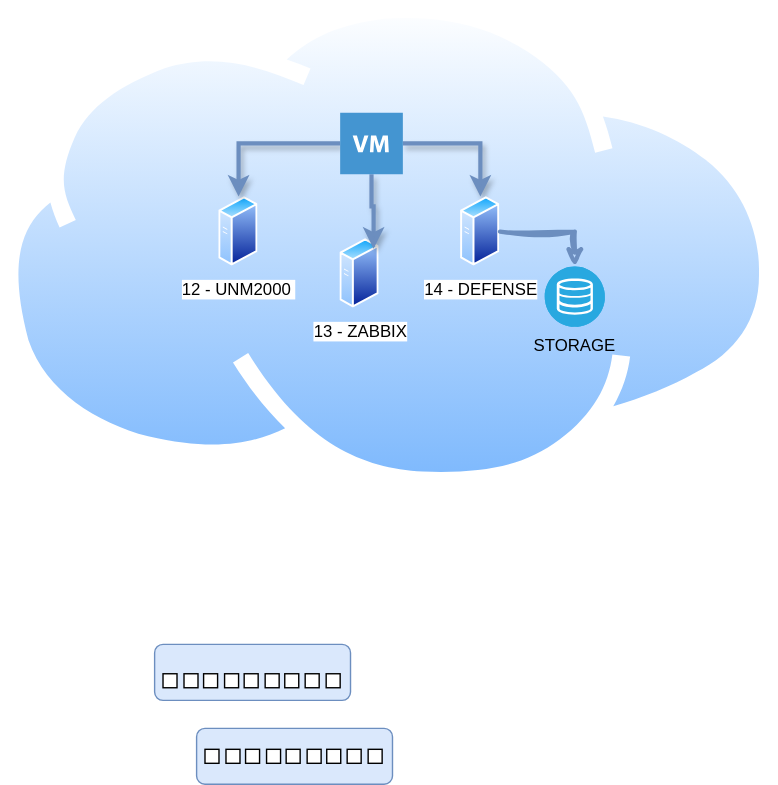
Above: swiss.drawio.svg in binhossa-pixel/Swiss (draw.io), before the change. Source tidied: cells renumbered, new cells last; positions are measured from the earlier drawing's top-left corner, leaving out a move shared by most shapes.
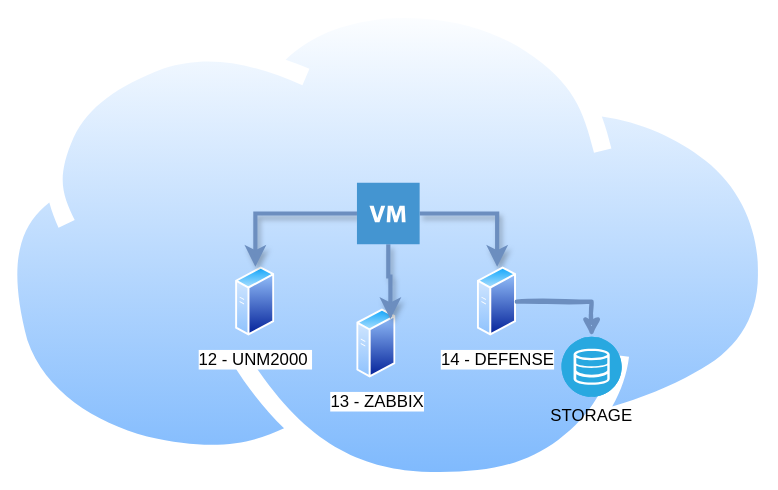
The same diagram one commit later.

The edit, as a diff of the source:
```diff
@@ -2,27 +2,27 @@
   <root>
     <mxCell id="0" />
     <mxCell id="1" parent="0" />
-    <mxCell id="2" style="image;perimeter=ellipsePerimeter;html=1;align=center;shadow=0;dashed=0;spacingTop=3;image=img/lib/active_directory/internet_cloud.svg;opacity=50;" parent="1" vertex="1">
-      <mxGeometry width="555.6" height="350" as="geometry" />
-    </mxCell>
+    <mxCell id="32" style="image;perimeter=ellipsePerimeter;html=1;align=center;shadow=0;dashed=0;spacingTop=3;image=img/lib/active_directory/internet_cloud.svg;opacity=50;" parent="1" vertex="1">
+      <mxGeometry x="-12.8" y="-50" width="555.6" height="350" as="geometry" />
+    </mxCell>
     <mxCell id="3" value="12 - UNM2000&amp;nbsp;" style="image;perimeter=ellipsePerimeter;html=1;align=center;shadow=0;dashed=0;spacingTop=3;image=img/lib/active_directory/generic_server.svg;rotation=0;" parent="1" vertex="1">
       <mxGeometry x="156" y="140" width="28" height="50" as="geometry" />
     </mxCell>
     <mxCell id="4" value="13 - ZABBIX" style="image;perimeter=ellipsePerimeter;html=1;align=center;shadow=0;dashed=0;spacingTop=3;image=img/lib/active_directory/generic_server.svg;" parent="1" vertex="1">
       <mxGeometry x="242.6" y="170" width="28" height="50" as="geometry" />
     </mxCell>
-    <mxCell id="5" style="edgeStyle=orthogonalEdgeStyle;rounded=0;jettySize=auto;html=1;shadow=1;fillColor=#dae8fc;strokeWidth=3;strokeColor=#6c8ebf;flowAnimation=0;" parent="1" edge="1" source="8" target="3">
-      <mxGeometry relative="1" as="geometry" />
-    </mxCell>
-    <mxCell id="6" style="edgeStyle=orthogonalEdgeStyle;rounded=0;jettySize=auto;html=1;entryX=0.5;entryY=0;entryDx=0;entryDy=0;strokeWidth=3;strokeColor=#6c8ebf;flowAnimation=0;fillColor=#dae8fc;shadow=1;" parent="1" edge="1" source="8" target="9">
-      <mxGeometry relative="1" as="geometry" />
-    </mxCell>
-    <mxCell id="7" style="edgeStyle=orthogonalEdgeStyle;rounded=0;jettySize=auto;html=1;entryX=1;entryY=0;entryDx=0;entryDy=0;strokeWidth=3;strokeColor=#6c8ebf;flowAnimation=0;fillColor=#dae8fc;shadow=1;" parent="1" edge="1" source="8" target="4">
-      <mxGeometry relative="1" as="geometry" />
-    </mxCell>
-    <mxCell id="8" style="shadow=0;dashed=0;html=1;strokeColor=none;fillColor=#4495D1;labelPosition=center;verticalLabelPosition=bottom;verticalAlign=top;align=center;outlineConnect=0;shape=mxgraph.veeam.2d.virtual_machine;" parent="1" vertex="1">
-      <mxGeometry x="242.6" y="80" width="44.8" height="44" as="geometry" />
-    </mxCell>
+    <mxCell id="33" style="edgeStyle=orthogonalEdgeStyle;rounded=0;jettySize=auto;html=1;shadow=1;fillColor=#dae8fc;strokeWidth=3;strokeColor=#6c8ebf;flowAnimation=0;" parent="1" edge="1" source="36" target="3">
+      <mxGeometry relative="1" as="geometry" />
+    </mxCell>
+    <mxCell id="34" style="edgeStyle=orthogonalEdgeStyle;rounded=0;jettySize=auto;html=1;entryX=0.5;entryY=0;entryDx=0;entryDy=0;strokeWidth=3;strokeColor=#6c8ebf;flowAnimation=0;fillColor=#dae8fc;shadow=1;" parent="1" edge="1" source="36" target="9">
+      <mxGeometry relative="1" as="geometry" />
+    </mxCell>
+    <mxCell id="35" style="edgeStyle=orthogonalEdgeStyle;rounded=0;jettySize=auto;html=1;entryX=1;entryY=0;entryDx=0;entryDy=0;strokeWidth=3;strokeColor=#6c8ebf;flowAnimation=0;fillColor=#dae8fc;shadow=1;" parent="1" edge="1" source="36" target="4">
+      <mxGeometry relative="1" as="geometry" />
+    </mxCell>
+    <mxCell id="36" style="shadow=0;dashed=0;html=1;strokeColor=none;fillColor=#4495D1;labelPosition=center;verticalLabelPosition=bottom;verticalAlign=top;align=center;outlineConnect=0;shape=mxgraph.veeam.2d.virtual_machine;" parent="1" vertex="1">
+      <mxGeometry x="242.6" y="80" width="44.8" height="44" as="geometry" />
+    </mxCell>
     <mxCell id="9" value="14 - DEFENSE" style="image;perimeter=ellipsePerimeter;html=1;align=center;shadow=0;dashed=0;spacingTop=3;image=img/lib/active_directory/generic_server.svg;" parent="1" vertex="1">
       <mxGeometry x="328.8" y="140" width="28" height="50" as="geometry" />
     </mxCell>
@@ -32,65 +32,5 @@
     <mxCell id="11" style="edgeStyle=orthogonalEdgeStyle;rounded=0;jettySize=auto;html=1;entryX=0.5;entryY=0;entryDx=0;entryDy=0;entryPerimeter=0;fillColor=#dae8fc;strokeColor=#6c8ebf;strokeWidth=3;sketch=1;curveFitting=1;jiggle=2;" parent="1" edge="1" source="9" target="10">
       <mxGeometry relative="1" as="geometry" />
     </mxCell>
-    <mxCell id="12" value="&lt;br&gt;&lt;div&gt;&lt;/div&gt;" style="rounded=1;whiteSpace=wrap;html=1;fillColor=#dae8fc;strokeColor=#6c8ebf;" parent="1" vertex="1">
-      <mxGeometry x="110" y="460" width="140" height="40" as="geometry" />
-    </mxCell>
-    <mxCell id="13" style="whiteSpace=wrap;html=1;" parent="1" vertex="1">
-      <mxGeometry x="116" y="481" width="10" height="10" as="geometry" />
-    </mxCell>
-    <mxCell id="14" style="whiteSpace=wrap;html=1;" parent="1" vertex="1">
-      <mxGeometry x="131" y="481" width="10" height="10" as="geometry" />
-    </mxCell>
-    <mxCell id="15" style="whiteSpace=wrap;html=1;" parent="1" vertex="1">
-      <mxGeometry x="145" y="481" width="10" height="10" as="geometry" />
-    </mxCell>
-    <mxCell id="16" style="whiteSpace=wrap;html=1;" parent="1" vertex="1">
-      <mxGeometry x="160" y="481" width="10" height="10" as="geometry" />
-    </mxCell>
-    <mxCell id="17" style="whiteSpace=wrap;html=1;" parent="1" vertex="1">
-      <mxGeometry x="174" y="481" width="10" height="10" as="geometry" />
-    </mxCell>
-    <mxCell id="18" style="whiteSpace=wrap;html=1;" parent="1" vertex="1">
-      <mxGeometry x="189" y="481" width="10" height="10" as="geometry" />
-    </mxCell>
-    <mxCell id="19" style="whiteSpace=wrap;html=1;" parent="1" vertex="1">
-      <mxGeometry x="203" y="481" width="10" height="10" as="geometry" />
-    </mxCell>
-    <mxCell id="20" style="whiteSpace=wrap;html=1;" parent="1" vertex="1">
-      <mxGeometry x="217.6" y="481" width="10" height="10" as="geometry" />
-    </mxCell>
-    <mxCell id="21" style="whiteSpace=wrap;html=1;" parent="1" vertex="1">
-      <mxGeometry x="232.6" y="481" width="10" height="10" as="geometry" />
-    </mxCell>
-    <mxCell id="22" value="&lt;br&gt;&lt;div&gt;&lt;/div&gt;" style="rounded=1;whiteSpace=wrap;html=1;fillColor=#dae8fc;strokeColor=#6c8ebf;" parent="1" vertex="1">
-      <mxGeometry x="140" y="520" width="140" height="40" as="geometry" />
-    </mxCell>
-    <mxCell id="23" style="whiteSpace=wrap;html=1;" parent="1" vertex="1">
-      <mxGeometry x="146" y="535" width="10" height="10" as="geometry" />
-    </mxCell>
-    <mxCell id="24" style="whiteSpace=wrap;html=1;" parent="1" vertex="1">
-      <mxGeometry x="161" y="535" width="10" height="10" as="geometry" />
-    </mxCell>
-    <mxCell id="25" style="whiteSpace=wrap;html=1;" parent="1" vertex="1">
-      <mxGeometry x="175" y="535" width="10" height="10" as="geometry" />
-    </mxCell>
-    <mxCell id="26" style="whiteSpace=wrap;html=1;" parent="1" vertex="1">
-      <mxGeometry x="190" y="535" width="10" height="10" as="geometry" />
-    </mxCell>
-    <mxCell id="27" style="whiteSpace=wrap;html=1;" parent="1" vertex="1">
-      <mxGeometry x="204" y="535" width="10" height="10" as="geometry" />
-    </mxCell>
-    <mxCell id="28" style="whiteSpace=wrap;html=1;" parent="1" vertex="1">
-      <mxGeometry x="219" y="535" width="10" height="10" as="geometry" />
-    </mxCell>
-    <mxCell id="29" style="whiteSpace=wrap;html=1;" parent="1" vertex="1">
-      <mxGeometry x="233" y="535" width="10" height="10" as="geometry" />
-    </mxCell>
-    <mxCell id="30" style="whiteSpace=wrap;html=1;" parent="1" vertex="1">
-      <mxGeometry x="247.6" y="535" width="10" height="10" as="geometry" />
-    </mxCell>
-    <mxCell id="31" style="whiteSpace=wrap;html=1;" parent="1" vertex="1">
-      <mxGeometry x="262.6" y="535" width="10" height="10" as="geometry" />
-    </mxCell>
   </root>
 </mxGraphModel>
```
